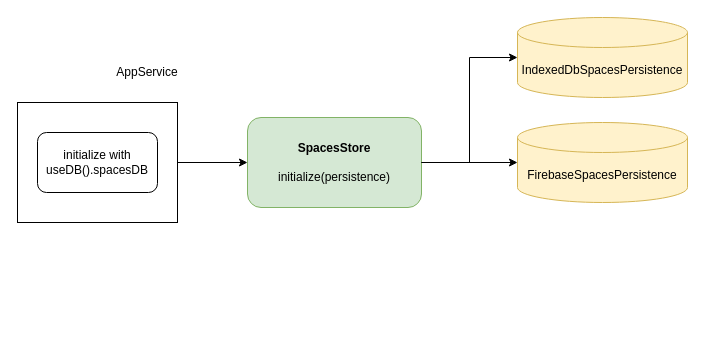
This is docs/drawio/spaces.drawio from evandor/tabsets, a draw.io file, before an edit. Source tidied: cells renumbered, new cells numbered last; positions are measured from the earlier drawing's top-left corner, leaving out a move shared by most shapes. Both pictures are drawn from the tidied source at 100%, with x=0, y=0 at pixel (17, 17).
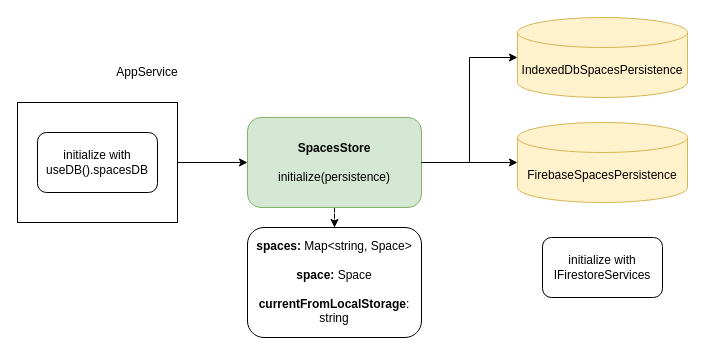
The same page after the edit.

The edit, as a diff of the source:
```diff
@@
 <mxGraphModel>
   <root>
     <mxCell id="0" />
     <mxCell id="1" parent="0" />
+    <mxCell id="11" style="edgeStyle=orthogonalEdgeStyle;rounded=0;jettySize=auto;html=1;dashed=1;startArrow=none;startFill=0;" parent="1" edge="1" source="2" target="12">
+      <mxGeometry relative="1" as="geometry" />
+    </mxCell>
     <mxCell id="2" value="&lt;b&gt;SpacesStore&lt;/b&gt;&lt;div&gt;&lt;br&gt;&lt;/div&gt;&lt;div&gt;initialize(persistence)&lt;/div&gt;" style="rounded=1;whiteSpace=wrap;html=1;fillColor=#d5e8d4;strokeColor=#82b366;" parent="1" vertex="1">
       <mxGeometry x="230" y="100" width="174" height="90" as="geometry" />
     </mxCell>
     <mxCell id="3" value="FirebaseSpacesPersistence" style="shape=cylinder3;whiteSpace=wrap;html=1;boundedLbl=1;backgroundOutline=1;size=15;fillColor=#fff2cc;strokeColor=#d6b656;" parent="1" vertex="1">
       <mxGeometry x="500" y="105" width="170" height="80" as="geometry" />
     </mxCell>
     <mxCell id="4" style="edgeStyle=orthogonalEdgeStyle;rounded=0;jettySize=auto;html=1;entryX=0;entryY=0.5;entryDx=0;entryDy=0;entryPerimeter=0;" parent="1" edge="1" source="2" target="3">
       <mxGeometry relative="1" as="geometry" />
     </mxCell>
     <mxCell id="5" value="IndexedDbSpacesPersistence" style="shape=cylinder3;whiteSpace=wrap;html=1;boundedLbl=1;backgroundOutline=1;size=15;fillColor=#fff2cc;strokeColor=#d6b656;" parent="1" vertex="1">
       <mxGeometry x="500" width="170" height="80" as="geometry" />
     </mxCell>
     <mxCell id="6" style="edgeStyle=orthogonalEdgeStyle;rounded=0;jettySize=auto;html=1;entryX=0;entryY=0.5;entryDx=0;entryDy=0;entryPerimeter=0;" parent="1" edge="1" source="2" target="5">
       <mxGeometry relative="1" as="geometry" />
     </mxCell>
     <mxCell id="7" style="edgeStyle=orthogonalEdgeStyle;rounded=0;jettySize=auto;html=1;entryX=0;entryY=0.5;entryDx=0;entryDy=0;" parent="1" edge="1" source="8" target="2">
       <mxGeometry relative="1" as="geometry" />
     </mxCell>
     <mxCell id="8" style="rounded=0;whiteSpace=wrap;html=1;align=center;" parent="1" vertex="1">
       <mxGeometry y="85" width="160" height="120" as="geometry" />
     </mxCell>
     <mxCell id="9" value="AppService" style="text;html=1;align=center;verticalAlign=middle;whiteSpace=wrap;rounded=0;" parent="1" vertex="1">
       <mxGeometry x="100" y="40" width="60" height="30" as="geometry" />
     </mxCell>
     <mxCell id="10" value="&lt;div&gt;initialize with&lt;/div&gt;useDB().spacesDB" style="rounded=1;whiteSpace=wrap;html=1;" parent="1" vertex="1">
       <mxGeometry x="20" y="115" width="120" height="60" as="geometry" />
     </mxCell>
+    <mxCell id="12" value="&lt;b&gt;spaces: &lt;/b&gt;Map&amp;lt;string, Space&amp;gt;&lt;br&gt;&lt;br&gt;&lt;b&gt;space: &lt;/b&gt;Space&lt;div&gt;&lt;br&gt;&lt;/div&gt;&lt;div&gt;&lt;b&gt;currentFromLocalStorage&lt;/b&gt;: string&lt;/div&gt;" style="rounded=1;whiteSpace=wrap;html=1;" parent="1" vertex="1">
+      <mxGeometry x="230" y="210" width="174" height="110" as="geometry" />
+    </mxCell>
+    <mxCell id="13" value="&lt;div&gt;initialize with&lt;/div&gt;IFirestoreServices" style="rounded=1;whiteSpace=wrap;html=1;" parent="1" vertex="1">
+      <mxGeometry x="525" y="220" width="120" height="60" as="geometry" />
+    </mxCell>
   </root>
 </mxGraphModel>
```
